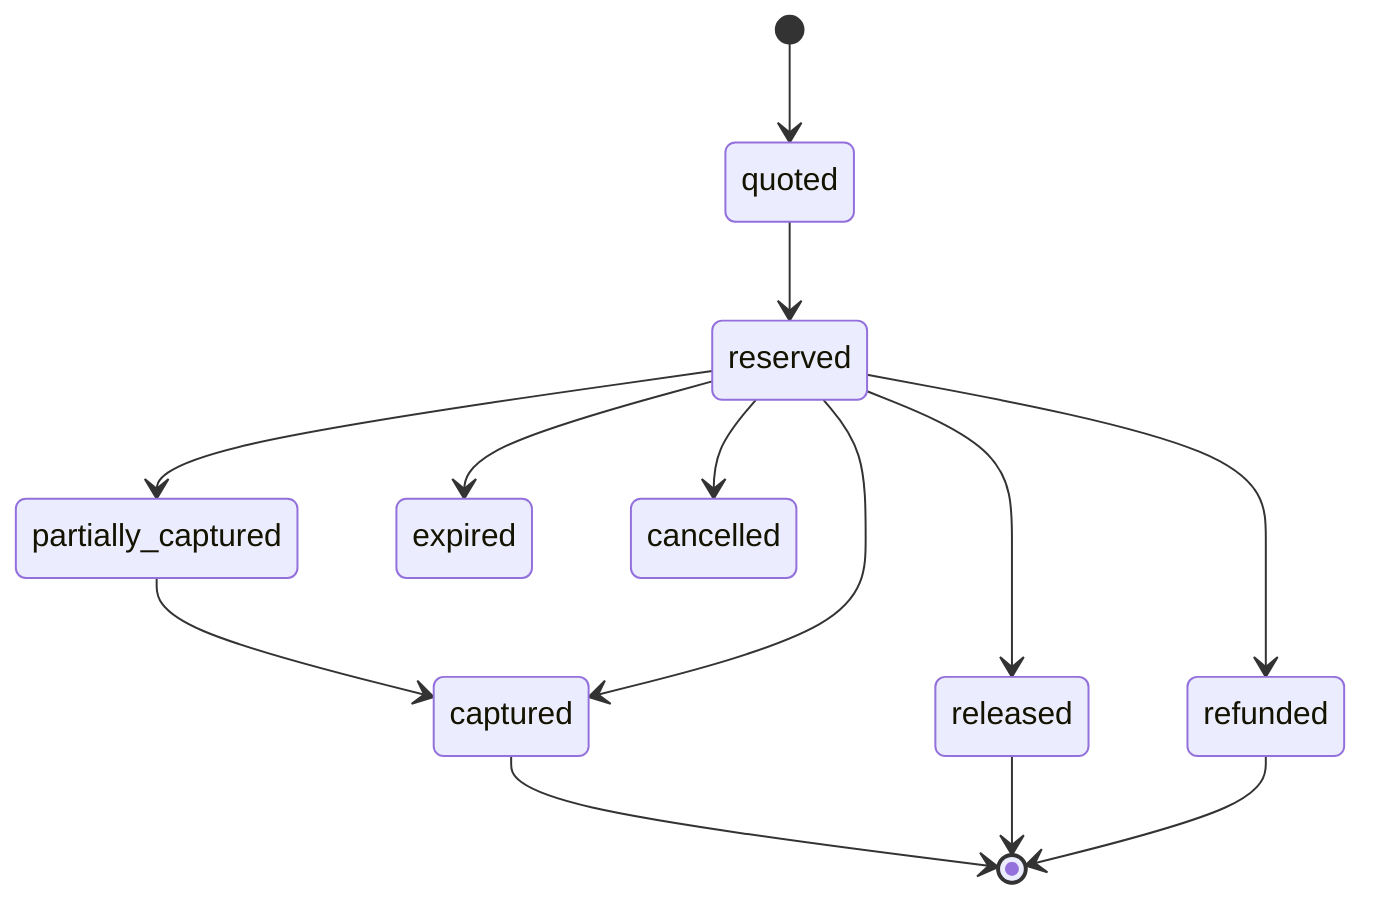
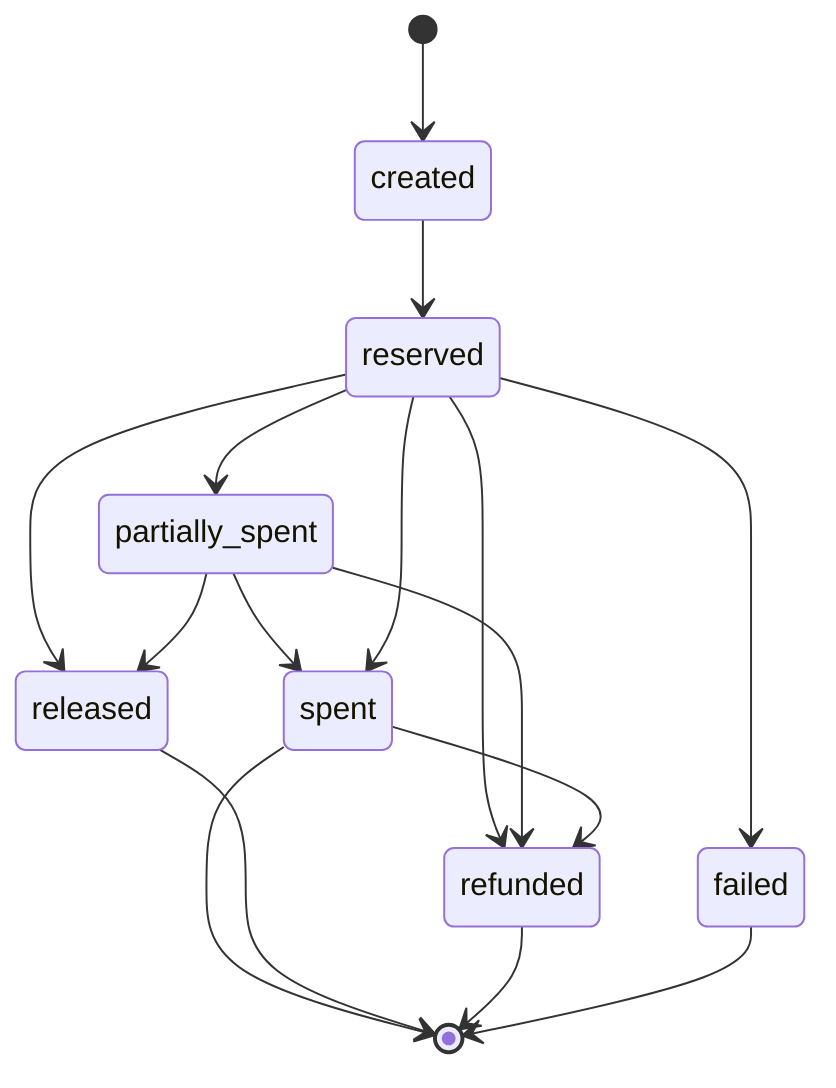
stateDiagram-v2
-   [*] --> quoted
-   quoted --> reserved
-   reserved --> partially_captured
-   partially_captured --> captured
-   reserved --> captured
+   [*] --> created
+   created --> reserved
+   reserved --> partially_spent
+   partially_spent --> spent
+   reserved --> spent
  reserved --> released
+   partially_spent --> released
  reserved --> refunded
-   reserved --> expired
-   reserved --> cancelled
-   captured --> [*]
+   partially_spent --> refunded
+   reserved --> failed
+   spent --> refunded
+   spent --> [*]
  released --> [*]
  refunded --> [*]
+   failed --> [*]
